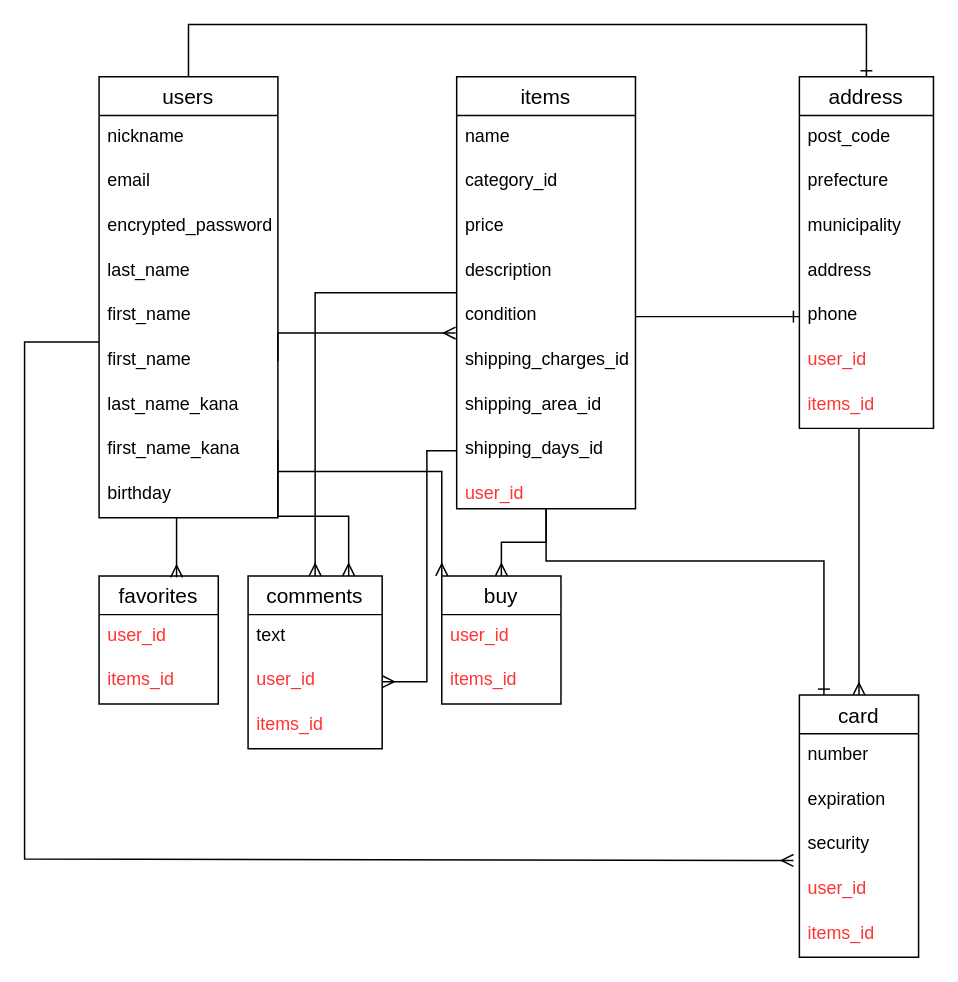
This is furima.dio from nakadakeisuke/furima-32486, a draw.io file, before an edit. Source tidied: cells renumbered, new cells numbered last; positions are measured from the earlier drawing's top-left corner, leaving out a move shared by most shapes. Both pictures are drawn from the tidied source at 149%, with x=0, y=0 at pixel (24, 24).
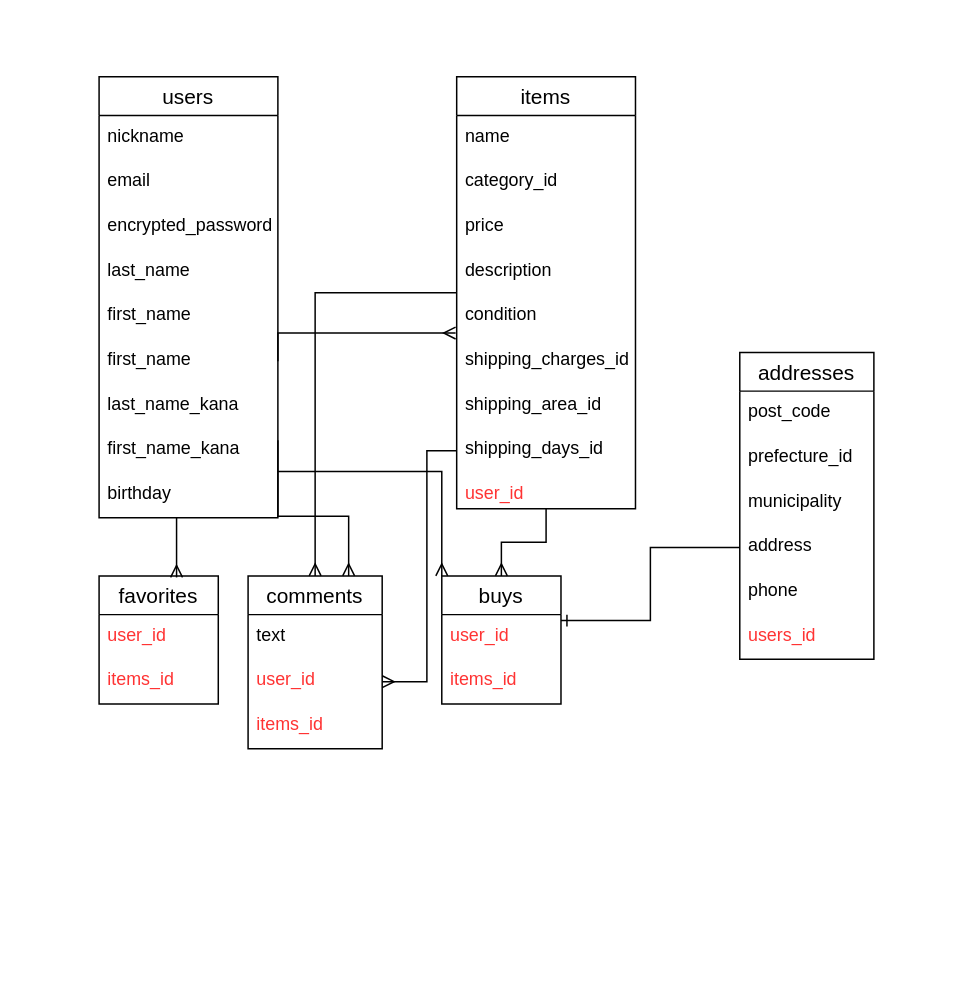
Above is the later version.

Commit message (it also covers changes not shown here):
ER図、READ ME修正3

The change refers to these unchanged cells:
```xml
<mxCell id="6" value="users" style="swimlane;fontStyle=0;horizontal=1;startSize=26;align=center;fontSize=14;" parent="1" vertex="1">
  <mxGeometry x="50" y="35" width="120" height="296" as="geometry" />
</mxCell>
<mxCell id="23" value="condition" style="text;strokeColor=none;fillColor=none;spacingLeft=4;spacingRight=4;overflow=hidden;points=[[0,0.5],[1,0.5]];portConstraint=eastwest;fontSize=12;" parent="18" vertex="1">
  <mxGeometry y="146" width="120" height="30" as="geometry" />
</mxCell>
<mxCell id="27" value="user_id&#10;" style="text;spacingLeft=4;spacingRight=4;overflow=hidden;points=[[0,0.5],[1,0.5]];portConstraint=eastwest;fontSize=12;fontColor=#FF3333;" parent="18" vertex="1">
  <mxGeometry y="266" width="120" height="24" as="geometry" />
</mxCell>
<mxCell id="40" value="address" style="text;strokeColor=none;fillColor=none;spacingLeft=4;spacingRight=4;overflow=hidden;points=[[0,0.5],[1,0.5]];portConstraint=eastwest;fontSize=12;" parent="36" vertex="1">
  <mxGeometry y="116" width="90" height="30" as="geometry" />
</mxCell>
<mxCell id="41" value="phone" style="text;strokeColor=none;fillColor=none;spacingLeft=4;spacingRight=4;overflow=hidden;points=[[0,0.5],[1,0.5]];portConstraint=eastwest;fontSize=12;" parent="36" vertex="1">
  <mxGeometry y="146" width="90" height="30" as="geometry" />
</mxCell>
```

Change to the diagram source:
```diff
@@
-    <mxCell id="2" style="edgeStyle=elbowEdgeStyle;rounded=0;jettySize=auto;html=1;endArrow=ERone;endFill=0;fontColor=#FF3333;elbow=vertical;entryX=0.5;entryY=0;entryDx=0;entryDy=0;" parent="1" edge="1" source="6" target="36">
-      <mxGeometry relative="1" as="geometry">
-        <Array as="points">
-          <mxPoint x="260" />
-        </Array>
-      </mxGeometry>
-    </mxCell>
@@
-    <mxCell id="4" style="edgeStyle=orthogonalEdgeStyle;rounded=0;jettySize=auto;html=1;endArrow=ERmany;endFill=0;fontColor=#FF3333;entryX=-0.05;entryY=0.833;entryDx=0;entryDy=0;entryPerimeter=0;" parent="1" edge="1" source="6" target="47">
-      <mxGeometry relative="1" as="geometry">
-        <Array as="points">
-          <mxPoint y="213" />
-          <mxPoint y="560" />
-          <mxPoint x="516" y="560" />
-        </Array>
-      </mxGeometry>
-    </mxCell>
@@
-    <mxCell id="35" style="edgeStyle=orthogonalEdgeStyle;rounded=0;jettySize=auto;html=1;entryX=0.5;entryY=0;entryDx=0;entryDy=0;endArrow=ERmany;endFill=0;fontColor=#FF3333;" parent="1" edge="1" source="36" target="44">
-      <mxGeometry relative="1" as="geometry">
-        <Array as="points">
-          <mxPoint x="560" y="440" />
-          <mxPoint x="560" y="440" />
-        </Array>
-      </mxGeometry>
-    </mxCell>
-    <mxCell id="36" value="address" style="swimlane;fontStyle=0;horizontal=1;startSize=26;align=center;fontSize=14;fillColor=none;" parent="1" vertex="1">
-      <mxGeometry x="520" y="35" width="90" height="236" as="geometry" />
+    <mxCell id="36" value="addresses" style="swimlane;fontStyle=0;horizontal=1;startSize=26;align=center;fontSize=14;fillColor=none;" parent="1" vertex="1">
+      <mxGeometry x="480" y="220" width="90" height="206" as="geometry" />
     </mxCell>
@@
-    <mxCell id="38" value="prefecture&#10;" style="text;strokeColor=none;fillColor=none;spacingLeft=4;spacingRight=4;overflow=hidden;fontSize=12;" parent="36" vertex="1">
+    <mxCell id="38" value="prefecture_id&#10;" style="text;strokeColor=none;fillColor=none;spacingLeft=4;spacingRight=4;overflow=hidden;fontSize=12;" parent="36" vertex="1">
       <mxGeometry y="56" width="90" height="30" as="geometry" />
     </mxCell>
@@
-    <mxCell id="42" value="user_id&#10;" style="text;spacingLeft=4;spacingRight=4;overflow=hidden;fontSize=12;fontColor=#FF3333;" parent="36" vertex="1">
-      <mxGeometry y="176" width="90" height="30" as="geometry" />
-    </mxCell>
-    <mxCell id="43" value="items_id&#10;" style="text;spacingLeft=4;spacingRight=4;overflow=hidden;fontSize=12;fontColor=#FF3333;" parent="36" vertex="1">
-      <mxGeometry y="206" width="90" height="30" as="geometry" />
+    <mxCell id="43" value="users_id&#10;" style="text;spacingLeft=4;spacingRight=4;overflow=hidden;fontSize=12;fontColor=#FF3333;" parent="36" vertex="1">
+      <mxGeometry y="176" width="90" height="30" as="geometry" />
     </mxCell>
-    <mxCell id="44" value="card" style="swimlane;fontStyle=0;horizontal=1;startSize=26;align=center;fontSize=14;fillColor=none;" parent="1" vertex="1">
-      <mxGeometry x="520" y="450" width="80" height="176" as="geometry" />
-    </mxCell>
-    <mxCell id="45" value="number&#10;" style="text;strokeColor=none;fillColor=none;spacingLeft=4;spacingRight=4;overflow=hidden;fontSize=12;" parent="44" vertex="1">
-      <mxGeometry y="26" width="80" height="30" as="geometry" />
-    </mxCell>
-    <mxCell id="46" value="expiration&#10;" style="text;strokeColor=none;fillColor=none;spacingLeft=4;spacingRight=4;overflow=hidden;fontSize=12;" parent="44" vertex="1">
-      <mxGeometry y="56" width="80" height="30" as="geometry" />
-    </mxCell>
-    <mxCell id="47" value="security" style="text;strokeColor=none;fillColor=none;spacingLeft=4;spacingRight=4;overflow=hidden;points=[[0,0.5],[1,0.5]];portConstraint=eastwest;fontSize=12;" parent="44" vertex="1">
-      <mxGeometry y="86" width="80" height="30" as="geometry" />
-    </mxCell>
-    <mxCell id="48" value="user_id&#10;" style="text;spacingLeft=4;spacingRight=4;overflow=hidden;fontSize=12;fontColor=#FF3333;" parent="44" vertex="1">
-      <mxGeometry y="116" width="80" height="30" as="geometry" />
-    </mxCell>
-    <mxCell id="49" value="items_id&#10;" style="text;spacingLeft=4;spacingRight=4;overflow=hidden;fontSize=12;fontColor=#FF3333;" parent="44" vertex="1">
-      <mxGeometry y="146" width="80" height="30" as="geometry" />
-    </mxCell>
@@
-    <mxCell id="51" style="edgeStyle=orthogonalEdgeStyle;rounded=0;jettySize=auto;html=1;entryX=0;entryY=0.5;entryDx=0;entryDy=0;endArrow=ERone;endFill=0;fontColor=#FF3333;" parent="1" edge="1" source="23" target="41">
-      <mxGeometry relative="1" as="geometry" />
-    </mxCell>
-    <mxCell id="52" style="edgeStyle=elbowEdgeStyle;rounded=0;jettySize=auto;elbow=vertical;html=1;entryX=0.206;entryY=0;entryDx=0;entryDy=0;entryPerimeter=0;endArrow=ERone;endFill=0;fontColor=#FF3333;" parent="1" edge="1" source="27" target="44">
-      <mxGeometry relative="1" as="geometry">
-        <Array as="points">
-          <mxPoint x="440" y="360" />
-          <mxPoint x="450" y="388" />
-        </Array>
-      </mxGeometry>
-    </mxCell>
@@
-    <mxCell id="55" value="buy" style="swimlane;fontStyle=0;horizontal=1;startSize=26;align=center;fontSize=14;fillColor=none;" parent="1" vertex="1">
+    <mxCell id="55" value="buys" style="swimlane;fontStyle=0;horizontal=1;startSize=26;align=center;fontSize=14;fillColor=none;" parent="1" vertex="1">
       <mxGeometry x="280" y="370" width="80" height="86" as="geometry" />
     </mxCell>
@@
+    <mxCell id="58" style="edgeStyle=orthogonalEdgeStyle;rounded=0;jettySize=auto;html=1;endArrow=ERone;endFill=0;fontColor=#FFFFFF;" parent="1" edge="1" source="40">
+      <mxGeometry relative="1" as="geometry">
+        <mxPoint x="360" y="400" as="targetPoint" />
+        <Array as="points">
+          <mxPoint x="420" y="351" />
+          <mxPoint x="420" y="400" />
+        </Array>
+      </mxGeometry>
+    </mxCell>
```
